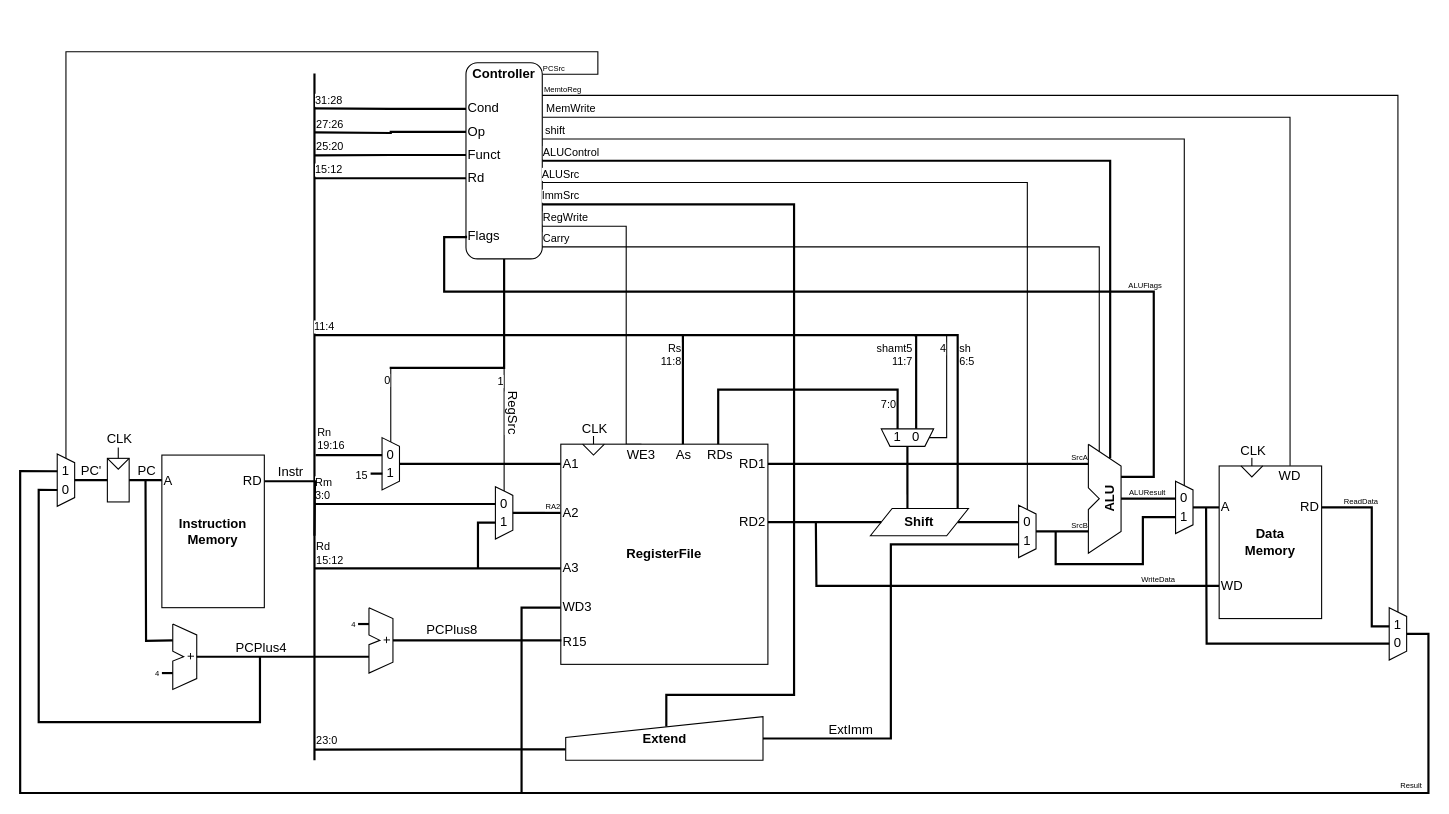
Earlier version of the draw.io diagram asset/arm_cpu_diagram.drawio (takah29/arm-cpu). Source tidied: cells renumbered, new cells numbered last; positions are measured from the earlier drawing's top-left corner, leaving out a move shared by most shapes. Both pictures are drawn from the tidied source at 109%, with x=0, y=0 at pixel (20, 51).
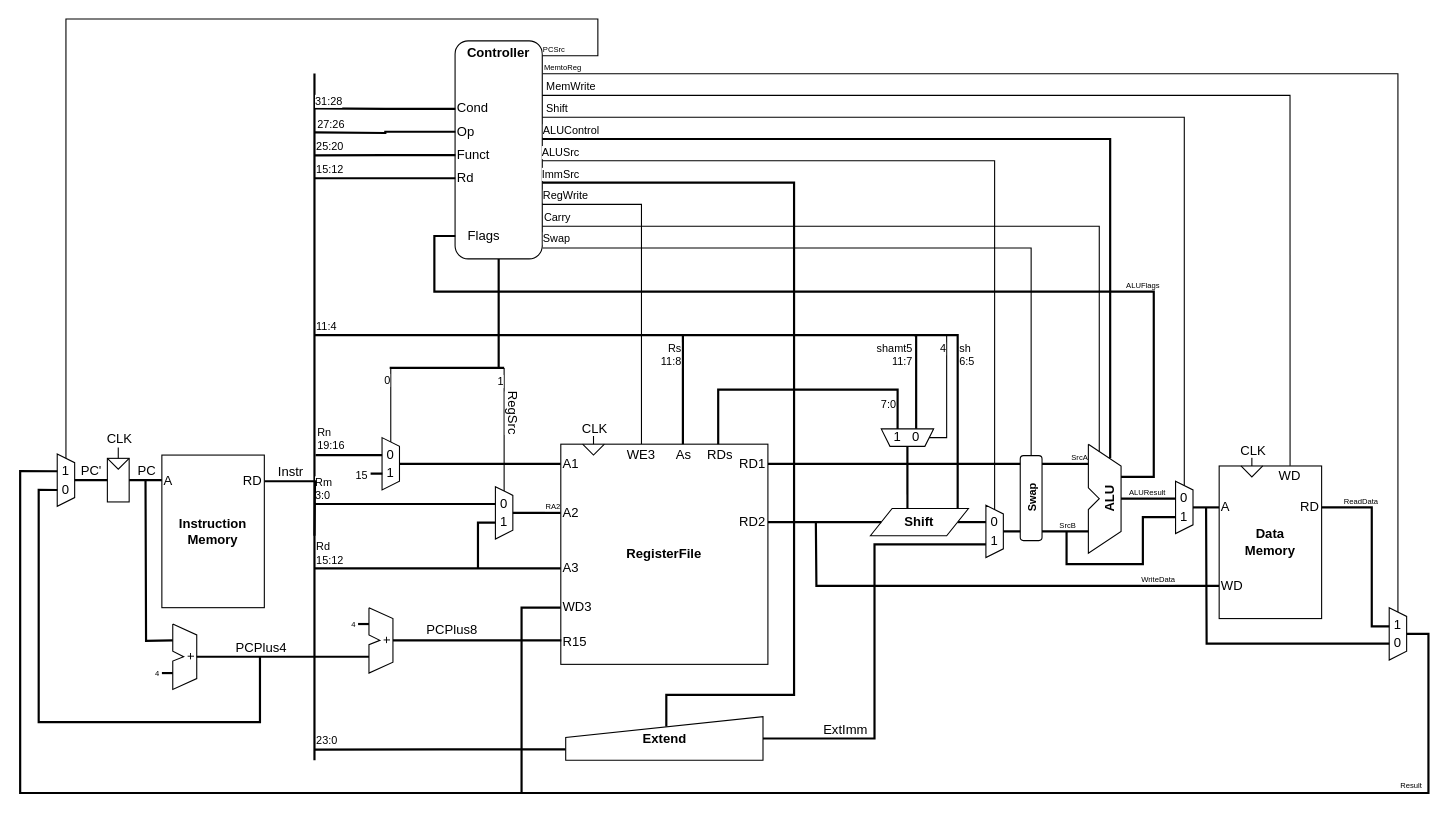
Above is the later version.

Unchanged cells that the change refers to:
```xml
<mxCell id="17" style="group;" parent="1" vertex="1">
  <mxGeometry x="409" y="10" width="70" height="180" as="geometry" />
</mxCell>
<mxCell id="24" value="Flags" style="text;html=1;strokeColor=none;fillColor=none;align=left;verticalAlign=middle;whiteSpace=wrap;rounded=0;" parent="17" vertex="1">
  <mxGeometry y="148.2" width="40" height="21.2" as="geometry" />
</mxCell>
<mxCell id="40" style="edgeStyle=orthogonalEdgeStyle;rounded=0;jettySize=auto;html=1;endArrow=none;endFill=0;strokeWidth=2;exitX=0.333;exitY=1.01;exitDx=0;exitDy=0;exitPerimeter=0;" parent="1" edge="1" source="157">
  <mxGeometry relative="1" as="geometry">
    <mxPoint x="270" y="260" as="targetPoint" />
    <Array as="points">
      <mxPoint x="822" y="260" />
    </Array>
  </mxGeometry>
</mxCell>
<mxCell id="56" value="&lt;b&gt;ALU&lt;/b&gt;" style="text;html=1;strokeColor=none;fillColor=none;align=center;verticalAlign=middle;whiteSpace=wrap;rounded=0;rotation=-90;" parent="1" vertex="1">
  <mxGeometry x="980" y="400" width="40" height="20" as="geometry" />
</mxCell>
<mxCell id="58" style="shape=trapezoid;perimeter=trapezoidPerimeter;whiteSpace=wrap;html=1;fixedSize=1;rotation=90;size=8;" parent="57" vertex="1">
  <mxGeometry x="-16" y="16" width="48" height="16" as="geometry" />
</mxCell>
<mxCell id="67" value="&lt;p style=&quot;line-height: 100%&quot;&gt;&lt;b&gt;Extend&lt;/b&gt;&lt;br&gt;&lt;/p&gt;" style="shape=manualInput;whiteSpace=wrap;html=1;rounded=0;size=19;" parent="1" vertex="1">
  <mxGeometry x="500.5" y="610" width="181" height="40" as="geometry" />
</mxCell>
<mxCell id="69" style="shape=trapezoid;perimeter=trapezoidPerimeter;whiteSpace=wrap;html=1;fixedSize=1;rotation=90;size=8;" parent="68" vertex="1">
  <mxGeometry x="-16" y="16" width="48" height="16" as="geometry" />
</mxCell>
<mxCell id="79" style="shape=trapezoid;perimeter=trapezoidPerimeter;whiteSpace=wrap;html=1;fixedSize=1;rotation=90;size=8;" parent="78" vertex="1">
  <mxGeometry x="-16" y="16" width="48" height="16" as="geometry" />
</mxCell>
<mxCell id="106" value="WE3" style="text;html=1;strokeColor=none;fillColor=none;align=center;verticalAlign=middle;whiteSpace=wrap;rounded=0;" parent="97" vertex="1">
  <mxGeometry x="54" width="40" height="20" as="geometry" />
</mxCell>
<mxCell id="114" value="&lt;b&gt;Data&lt;br&gt;Memory&lt;/b&gt;" style="rounded=0;whiteSpace=wrap;html=1;" parent="113" vertex="1">
  <mxGeometry y="1" width="94" height="140" as="geometry" />
</mxCell>
<mxCell id="138" style="shape=trapezoid;perimeter=trapezoidPerimeter;whiteSpace=wrap;html=1;fixedSize=1;rotation=90;size=8;" parent="137" vertex="1">
  <mxGeometry x="-16" y="16" width="48" height="16" as="geometry" />
</mxCell>
```

Diff of the diagram source:
```diff
@@
     <mxCell id="18" style="rounded=1;whiteSpace=wrap;html=1;" parent="17" vertex="1">
-      <mxGeometry width="70" height="180" as="geometry" />
+      <mxGeometry x="-10" y="-20" width="80" height="200" as="geometry" />
     </mxCell>
-    <mxCell id="19" value="&lt;b&gt;Controller&lt;/b&gt;" style="text;html=1;strokeColor=none;fillColor=none;align=center;verticalAlign=middle;whiteSpace=wrap;rounded=0;" parent="17" vertex="1">
-      <mxGeometry x="15" width="40" height="21.2" as="geometry" />
-    </mxCell>
     <mxCell id="20" value="Cond" style="text;html=1;strokeColor=none;fillColor=none;align=left;verticalAlign=middle;whiteSpace=wrap;rounded=0;" parent="17" vertex="1">
-      <mxGeometry y="31.8" width="40" height="21.2" as="geometry" />
+      <mxGeometry x="-10" y="31.8" width="40" height="21.2" as="geometry" />
     </mxCell>
     <mxCell id="21" value="Op" style="text;html=1;strokeColor=none;fillColor=none;align=left;verticalAlign=middle;whiteSpace=wrap;rounded=0;" parent="17" vertex="1">
-      <mxGeometry y="52.9" width="30" height="21.2" as="geometry" />
+      <mxGeometry x="-10" y="52.9" width="30" height="21.2" as="geometry" />
     </mxCell>
     <mxCell id="22" value="Funct" style="text;html=1;strokeColor=none;fillColor=none;align=left;verticalAlign=middle;whiteSpace=wrap;rounded=0;" parent="17" vertex="1">
-      <mxGeometry y="74.1" width="40" height="21.2" as="geometry" />
+      <mxGeometry x="-10" y="74.1" width="40" height="21.2" as="geometry" />
     </mxCell>
     <mxCell id="23" value="Rd" style="text;html=1;strokeColor=none;fillColor=none;align=left;verticalAlign=middle;whiteSpace=wrap;rounded=0;" parent="17" vertex="1">
-      <mxGeometry y="95.3" width="30" height="21.2" as="geometry" />
+      <mxGeometry x="-10" y="95.3" width="30" height="21.2" as="geometry" />
     </mxCell>
@@
-    <mxCell id="26" style="edgeStyle=orthogonalEdgeStyle;rounded=0;jettySize=auto;html=1;exitX=0;exitY=0.5;exitDx=0;exitDy=0;endArrow=none;endFill=0;strokeWidth=2;" parent="1" edge="1" source="20">
+    <mxCell id="26" style="edgeStyle=orthogonalEdgeStyle;rounded=0;jettySize=auto;html=1;exitX=0.003;exitY=0.312;exitDx=0;exitDy=0;endArrow=none;endFill=0;strokeWidth=2;exitPerimeter=0;" parent="1" edge="1" source="18">
       <mxGeometry relative="1" as="geometry">
         <mxPoint x="270" y="52" as="targetPoint" />
       </mxGeometry>
     </mxCell>
     <mxCell id="27" value="&lt;font style=&quot;font-size: 10px;&quot;&gt;31:28&lt;/font&gt;" style="edgeLabel;html=1;align=left;verticalAlign=bottom;horizontal=1;fontSize=10;" parent="26" vertex="1">
       <mxGeometry x="0.23" relative="1" as="geometry">
-        <mxPoint x="-53.9" as="offset" />
+        <mxPoint x="-50.2" y="0.4" as="offset" />
       </mxGeometry>
     </mxCell>
-    <mxCell id="28" style="edgeStyle=orthogonalEdgeStyle;rounded=0;jettySize=auto;html=1;exitX=0;exitY=0.5;exitDx=0;exitDy=0;endArrow=none;endFill=0;strokeWidth=2;" parent="1" edge="1" source="21">
+    <mxCell id="28" style="edgeStyle=orthogonalEdgeStyle;rounded=0;jettySize=auto;html=1;exitX=0.004;exitY=0.417;exitDx=0;exitDy=0;endArrow=none;endFill=0;strokeWidth=2;exitPerimeter=0;" parent="1" edge="1" source="18">
       <mxGeometry relative="1" as="geometry">
         <mxPoint x="270" y="74" as="targetPoint" />
       </mxGeometry>
     </mxCell>
     <mxCell id="29" value="&lt;font style=&quot;font-size: 10px;&quot;&gt;27:26&lt;/font&gt;" style="edgeLabel;html=1;align=left;verticalAlign=bottom;fontSize=10;" parent="28" vertex="1">
       <mxGeometry x="0.18" y="-1" relative="1" as="geometry">
-        <mxPoint x="-56.7" y="1" as="offset" />
+        <mxPoint x="-52.9" y="0.5" as="offset" />
       </mxGeometry>
     </mxCell>
-    <mxCell id="30" style="edgeStyle=orthogonalEdgeStyle;rounded=0;jettySize=auto;html=1;exitX=0;exitY=0.5;exitDx=0;exitDy=0;endArrow=none;endFill=0;strokeWidth=2;" parent="1" edge="1" source="22">
+    <mxCell id="30" style="edgeStyle=orthogonalEdgeStyle;rounded=0;jettySize=auto;html=1;exitX=0.004;exitY=0.524;exitDx=0;exitDy=0;endArrow=none;endFill=0;strokeWidth=2;exitPerimeter=0;" parent="1" edge="1" source="18">
       <mxGeometry relative="1" as="geometry">
         <mxPoint x="270" y="95" as="targetPoint" />
       </mxGeometry>
     </mxCell>
     <mxCell id="31" value="25:20" style="edgeLabel;html=1;align=left;verticalAlign=bottom;fontSize=10;" parent="30" vertex="1">
       <mxGeometry x="0.81" y="-2" relative="1" as="geometry">
-        <mxPoint x="-13.3" y="2" as="offset" />
+        <mxPoint x="-12.3" y="1.7" as="offset" />
       </mxGeometry>
     </mxCell>
-    <mxCell id="32" style="edgeStyle=orthogonalEdgeStyle;rounded=0;jettySize=auto;html=1;exitX=0;exitY=0.5;exitDx=0;exitDy=0;endArrow=none;endFill=0;strokeWidth=2;" parent="1" edge="1" source="23">
+    <mxCell id="32" style="edgeStyle=orthogonalEdgeStyle;rounded=0;jettySize=auto;html=1;exitX=0.003;exitY=0.63;exitDx=0;exitDy=0;endArrow=none;endFill=0;strokeWidth=2;exitPerimeter=0;" parent="1" edge="1" source="18">
       <mxGeometry relative="1" as="geometry">
         <mxPoint x="270" y="116" as="targetPoint" />
-        <Array as="points">
-          <mxPoint x="270" y="116" />
-        </Array>
       </mxGeometry>
     </mxCell>
     <mxCell id="33" value="15:12" style="edgeLabel;html=1;align=left;verticalAlign=bottom;fontSize=10;" parent="32" vertex="1">
       <mxGeometry x="0.78" relative="1" as="geometry">
-        <mxPoint x="-15.6" as="offset" />
+        <mxPoint x="-14.6" as="offset" />
       </mxGeometry>
     </mxCell>
@@
     <mxCell id="41" value="11:4" style="edgeLabel;html=1;align=left;verticalAlign=bottom;fontSize=10;" parent="40" vertex="1">
       <mxGeometry x="0.97" y="1" relative="1" as="geometry">
-        <mxPoint x="-11.5" y="-1" as="offset" />
+        <mxPoint x="-10.1" y="-1" as="offset" />
       </mxGeometry>
     </mxCell>
@@
     <mxCell id="51" style="edgeStyle=orthogonalEdgeStyle;rounded=0;jettySize=auto;html=1;exitX=0.5;exitY=0;exitDx=0;exitDy=0;endArrow=none;endFill=0;strokeWidth=1;fontSize=10;" parent="1" edge="1" source="106">
       <mxGeometry relative="1" as="geometry">
-        <mxPoint x="479" y="160" as="targetPoint" />
+        <mxPoint x="479" y="140" as="targetPoint" />
         <Array as="points">
-          <mxPoint x="556" y="160" />
+          <mxPoint x="570" y="140" />
         </Array>
       </mxGeometry>
     </mxCell>
     <mxCell id="52" value="RegWrite" style="edgeLabel;html=1;align=left;verticalAlign=bottom;fontSize=10;" parent="51" vertex="1">
       <mxGeometry x="0.94" relative="1" as="geometry">
-        <mxPoint x="-10" y="0.2" as="offset" />
+        <mxPoint x="-10" as="offset" />
       </mxGeometry>
     </mxCell>
@@
-    <mxCell id="54" style="edgeStyle=orthogonalEdgeStyle;rounded=0;jettySize=auto;html=1;exitX=1;exitY=1;exitDx=0;exitDy=0;entryX=0;entryY=0.5;entryDx=0;entryDy=0;endArrow=none;endFill=0;strokeWidth=2;" parent="1" edge="1" source="56" target="24">
+    <mxCell id="54" style="edgeStyle=orthogonalEdgeStyle;rounded=0;jettySize=auto;html=1;exitX=1;exitY=1;exitDx=0;exitDy=0;endArrow=none;endFill=0;strokeWidth=2;entryX=0.003;entryY=0.895;entryDx=0;entryDy=0;entryPerimeter=0;" parent="1" edge="1" source="56" target="18">
       <mxGeometry relative="1" as="geometry">
         <Array as="points">
           <mxPoint x="1040" y="390" />
           <mxPoint x="1040" y="220" />
-          <mxPoint x="389" y="220" />
-          <mxPoint x="389" y="170" />
+          <mxPoint x="380" y="220" />
+          <mxPoint x="380" y="169" />
         </Array>
       </mxGeometry>
     </mxCell>
@@
     <mxCell id="57" style="group;" parent="1" vertex="1">
-      <mxGeometry x="916" y="416" width="16" height="48" as="geometry" />
+      <mxGeometry x="886" y="416" width="16" height="48" as="geometry" />
     </mxCell>
@@
     <mxCell id="74" style="edgeStyle=orthogonalEdgeStyle;rounded=0;jettySize=auto;html=1;endArrow=none;endFill=0;exitX=0.687;exitY=0.992;exitDx=0;exitDy=0;exitPerimeter=0;strokeWidth=2;" parent="1" edge="1" source="69">
       <mxGeometry relative="1" as="geometry">
-        <mxPoint x="950" y="440" as="targetPoint" />
+        <mxPoint x="960" y="440" as="targetPoint" />
         <Array as="points">
           <mxPoint x="1030" y="427" />
           <mxPoint x="1030" y="470" />
-          <mxPoint x="950" y="470" />
+          <mxPoint x="960" y="470" />
+          <mxPoint x="960" y="440" />
         </Array>
       </mxGeometry>
     </mxCell>
@@
     <mxCell id="91" style="edgeStyle=orthogonalEdgeStyle;rounded=0;jettySize=auto;html=1;exitX=0;exitY=0.5;exitDx=0;exitDy=0;endArrow=none;endFill=0;strokeWidth=1;fontSize=10;" parent="1" edge="1" source="69">
       <mxGeometry relative="1" as="geometry">
-        <mxPoint x="479" y="80" as="targetPoint" />
+        <mxPoint x="479" y="60" as="targetPoint" />
         <Array as="points">
-          <mxPoint x="1068" y="80" />
+          <mxPoint x="1068" y="60" />
+          <mxPoint x="479" y="60" />
         </Array>
       </mxGeometry>
     </mxCell>
-    <mxCell id="92" value="&lt;font style=&quot;font-size: 10px&quot;&gt;shift&lt;/font&gt;" style="edgeLabel;html=1;align=left;verticalAlign=bottom;fontSize=10;" parent="91" vertex="1">
+    <mxCell id="92" value="&lt;font style=&quot;font-size: 10px&quot;&gt;Shift&lt;/font&gt;" style="edgeLabel;html=1;align=left;verticalAlign=bottom;fontSize=10;" parent="91" vertex="1">
       <mxGeometry x="0.96" relative="1" as="geometry">
         <mxPoint x="-17.1" y="0.1" as="offset" />
       </mxGeometry>
     </mxCell>
-    <mxCell id="93" style="edgeStyle=orthogonalEdgeStyle;rounded=0;jettySize=auto;html=1;exitX=0.51;exitY=0.228;exitDx=0;exitDy=0;endArrow=none;endFill=0;strokeWidth=2;fontSize=10;entryX=1;entryY=0.824;entryDx=0;entryDy=0;entryPerimeter=0;exitPerimeter=0;" parent="1" edge="1" source="67">
+    <mxCell id="93" style="edgeStyle=orthogonalEdgeStyle;rounded=0;jettySize=auto;html=1;exitX=0.51;exitY=0.228;exitDx=0;exitDy=0;endArrow=none;endFill=0;strokeWidth=2;fontSize=10;exitPerimeter=0;" parent="1" edge="1" source="67">
       <mxGeometry relative="1" as="geometry">
-        <mxPoint x="479" y="140" as="targetPoint" />
+        <mxPoint x="479" y="120" as="targetPoint" />
         <Array as="points">
           <mxPoint x="593" y="590" />
           <mxPoint x="710" y="590" />
-          <mxPoint x="710" y="140" />
+          <mxPoint x="710" y="120" />
+          <mxPoint x="479" y="120" />
         </Array>
       </mxGeometry>
     </mxCell>
     <mxCell id="94" value="ImmSrc" style="edgeLabel;html=1;align=left;verticalAlign=bottom;fontSize=10;" parent="93" vertex="1">
       <mxGeometry x="0.94" relative="1" as="geometry">
-        <mxPoint x="-26.7" y="-0.1" as="offset" />
+        <mxPoint x="-27.3" y="-0.1" as="offset" />
       </mxGeometry>
     </mxCell>
-    <mxCell id="95" style="edgeStyle=orthogonalEdgeStyle;rounded=0;jettySize=auto;html=1;endArrow=none;endFill=0;strokeWidth=1;fontSize=10;entryX=1;entryY=0.824;entryDx=0;entryDy=0;entryPerimeter=0;exitX=0;exitY=0.5;exitDx=0;exitDy=0;" parent="1" edge="1" source="58">
+    <mxCell id="95" style="edgeStyle=orthogonalEdgeStyle;rounded=0;jettySize=auto;html=1;endArrow=none;endFill=0;strokeWidth=1;fontSize=10;exitX=0;exitY=0.5;exitDx=0;exitDy=0;" parent="1" edge="1" source="58">
       <mxGeometry relative="1" as="geometry">
-        <mxPoint x="479" y="120" as="targetPoint" />
+        <mxPoint x="479" y="100" as="targetPoint" />
         <Array as="points">
-          <mxPoint x="924" y="120" />
+          <mxPoint x="894" y="100" />
+          <mxPoint x="479" y="100" />
         </Array>
       </mxGeometry>
     </mxCell>
@@
     <mxCell id="167" style="edgeStyle=orthogonalEdgeStyle;rounded=0;orthogonalLoop=1;jettySize=auto;html=1;endArrow=none;endFill=0;strokeWidth=2;fontSize=10;" parent="1" edge="1">
       <mxGeometry relative="1" as="geometry">
         <mxPoint x="1000" y="373" as="sourcePoint" />
-        <mxPoint x="479" y="100" as="targetPoint" />
+        <mxPoint x="479" y="80" as="targetPoint" />
         <Array as="points">
-          <mxPoint x="1000" y="370" />
-          <mxPoint x="1000" y="100" />
+          <mxPoint x="1000" y="80" />
+          <mxPoint x="479" y="80" />
         </Array>
       </mxGeometry>
     </mxCell>
@@
-    <mxCell id="169" style="edgeStyle=orthogonalEdgeStyle;rounded=0;jettySize=auto;html=1;exitX=0.692;exitY=-0.001;exitDx=0;exitDy=0;endArrow=none;endFill=0;strokeWidth=1;fontSize=7;entryX=1.005;entryY=0.278;entryDx=0;entryDy=0;entryPerimeter=0;exitPerimeter=0;" parent="1" edge="1" source="114" target="18">
+    <mxCell id="169" style="edgeStyle=orthogonalEdgeStyle;rounded=0;jettySize=auto;html=1;exitX=0.692;exitY=-0.001;exitDx=0;exitDy=0;endArrow=none;endFill=0;strokeWidth=1;fontSize=7;exitPerimeter=0;" parent="1" edge="1" source="114">
       <mxGeometry relative="1" as="geometry">
+        <mxPoint x="479" y="40" as="targetPoint" />
         <Array as="points">
-          <mxPoint x="1165" y="60" />
+          <mxPoint x="1165" y="40" />
+          <mxPoint x="479" y="40" />
         </Array>
       </mxGeometry>
     </mxCell>
@@
-    <mxCell id="171" style="edgeStyle=orthogonalEdgeStyle;rounded=0;jettySize=auto;html=1;exitX=0.083;exitY=0.5;exitDx=0;exitDy=0;endArrow=none;endFill=0;strokeWidth=1;fontSize=7;exitPerimeter=0;" parent="1" edge="1" source="79">
+    <mxCell id="171" style="edgeStyle=orthogonalEdgeStyle;rounded=0;jettySize=auto;html=1;exitX=0.083;exitY=0.5;exitDx=0;exitDy=0;endArrow=none;endFill=0;strokeWidth=1;fontSize=7;exitPerimeter=0;entryX=1.004;entryY=0.151;entryDx=0;entryDy=0;entryPerimeter=0;" parent="1" edge="1" source="79" target="18">
       <mxGeometry relative="1" as="geometry">
-        <mxPoint x="479" y="40" as="targetPoint" />
         <Array as="points">
-          <mxPoint x="1264" y="40" />
+          <mxPoint x="1264" y="20" />
         </Array>
       </mxGeometry>
     </mxCell>
@@
-    <mxCell id="173" style="edgeStyle=orthogonalEdgeStyle;rounded=0;jettySize=auto;html=1;endArrow=none;endFill=0;strokeWidth=1;fontSize=7;entryX=1.006;entryY=0.059;entryDx=0;entryDy=0;entryPerimeter=0;exitX=0;exitY=0.5;exitDx=0;exitDy=0;" parent="1" edge="1" source="138" target="18">
+    <mxCell id="173" style="edgeStyle=orthogonalEdgeStyle;rounded=0;jettySize=auto;html=1;endArrow=none;endFill=0;strokeWidth=1;fontSize=7;exitX=0;exitY=0.5;exitDx=0;exitDy=0;entryX=1.002;entryY=0.068;entryDx=0;entryDy=0;entryPerimeter=0;" parent="1" edge="1" source="138" target="18">
       <mxGeometry relative="1" as="geometry">
         <Array as="points">
-          <mxPoint x="42" />
-          <mxPoint x="530" />
-          <mxPoint x="530" y="21" />
+          <mxPoint x="42" y="-30" />
+          <mxPoint x="530" y="-30" />
+          <mxPoint x="530" y="4" />
+          <mxPoint x="479" y="4" />
         </Array>
       </mxGeometry>
     </mxCell>
@@
     <mxCell id="175" style="edgeStyle=orthogonalEdgeStyle;rounded=0;orthogonalLoop=1;jettySize=auto;html=1;endArrow=none;endFill=0;strokeWidth=1;fontSize=10;" parent="1" edge="1">
       <mxGeometry relative="1" as="geometry">
         <mxPoint x="990" y="367" as="sourcePoint" />
-        <mxPoint x="479" y="179" as="targetPoint" />
+        <mxPoint x="479" y="160" as="targetPoint" />
         <Array as="points">
-          <mxPoint x="990" y="179" />
+          <mxPoint x="990" y="160" />
+          <mxPoint x="479" y="160" />
         </Array>
       </mxGeometry>
     </mxCell>
@@
+    <mxCell id="181" style="edgeStyle=orthogonalEdgeStyle;rounded=0;jettySize=auto;html=1;exitX=1;exitY=0.5;exitDx=0;exitDy=0;fontSize=10;endArrow=none;endFill=0;entryX=1.004;entryY=0.95;entryDx=0;entryDy=0;entryPerimeter=0;" parent="1" edge="1" source="183" target="18">
+      <mxGeometry relative="1" as="geometry">
+        <Array as="points">
+          <mxPoint x="928" y="180" />
+        </Array>
+      </mxGeometry>
+    </mxCell>
+    <mxCell id="182" value="Swap" style="edgeLabel;html=1;align=left;verticalAlign=bottom;fontSize=10;" parent="181" vertex="1">
+      <mxGeometry x="0.96" relative="1" as="geometry">
+        <mxPoint x="-14.4" y="-0.6" as="offset" />
+      </mxGeometry>
+    </mxCell>
+    <mxCell id="183" value="&lt;b&gt;Swap&lt;/b&gt;" style="rounded=1;whiteSpace=wrap;html=1;fontSize=10;align=center;rotation=-90;" parent="1" vertex="1">
+      <mxGeometry x="888.5" y="399.5" width="78" height="20" as="geometry" />
+    </mxCell>
+    <mxCell id="19" value="&lt;b&gt;Controller&lt;/b&gt;" style="text;html=1;strokeColor=none;fillColor=none;align=center;verticalAlign=middle;whiteSpace=wrap;rounded=0;" parent="1" vertex="1">
+      <mxGeometry x="419" y="-10" width="40" height="21.2" as="geometry" />
+    </mxCell>
```
